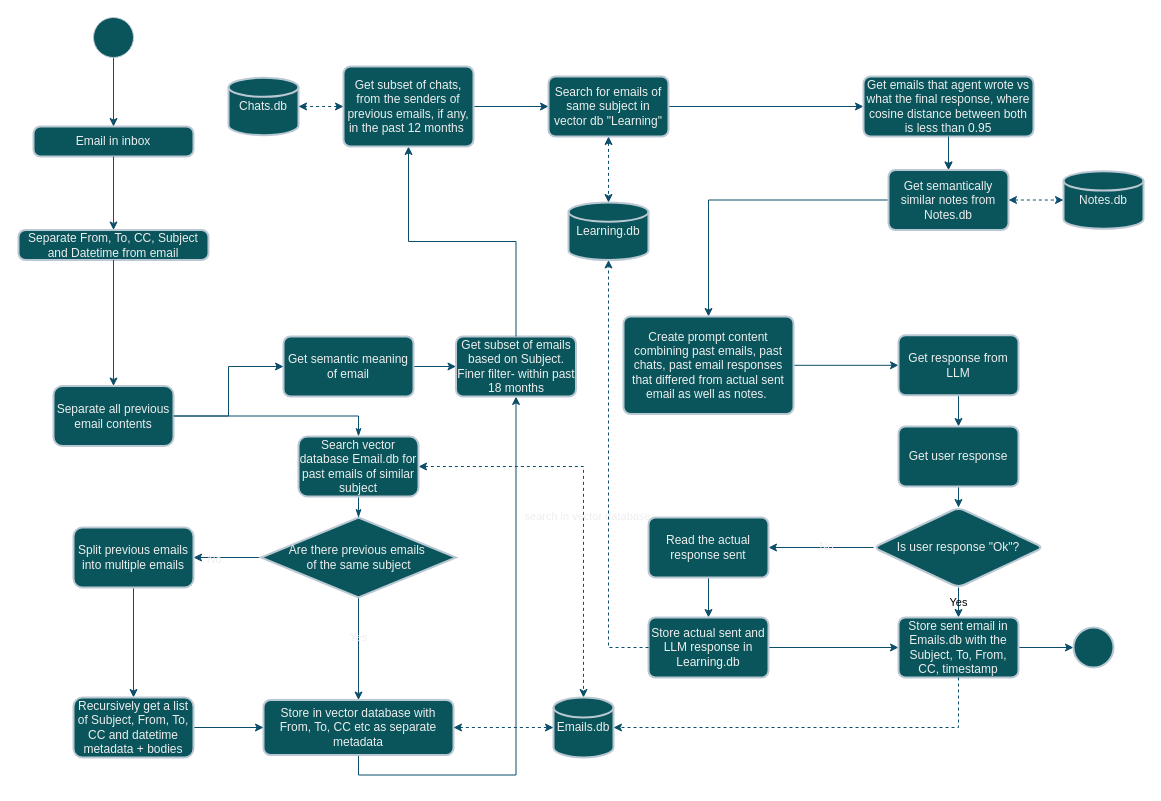
Above: page "Create responses to Emails and chats" (1 of 5) of My tech job description.drawio in bejoyjon/Miscelleaneous_documentation (draw.io), before the change. Source tidied: cells renumbered, new cells numbered last; positions are measured from the earlier drawing's top-left corner, leaving out a move shared by most shapes. Both pictures are drawn from the tidied source at 100%, with x=0, y=0 at pixel (18, 17).
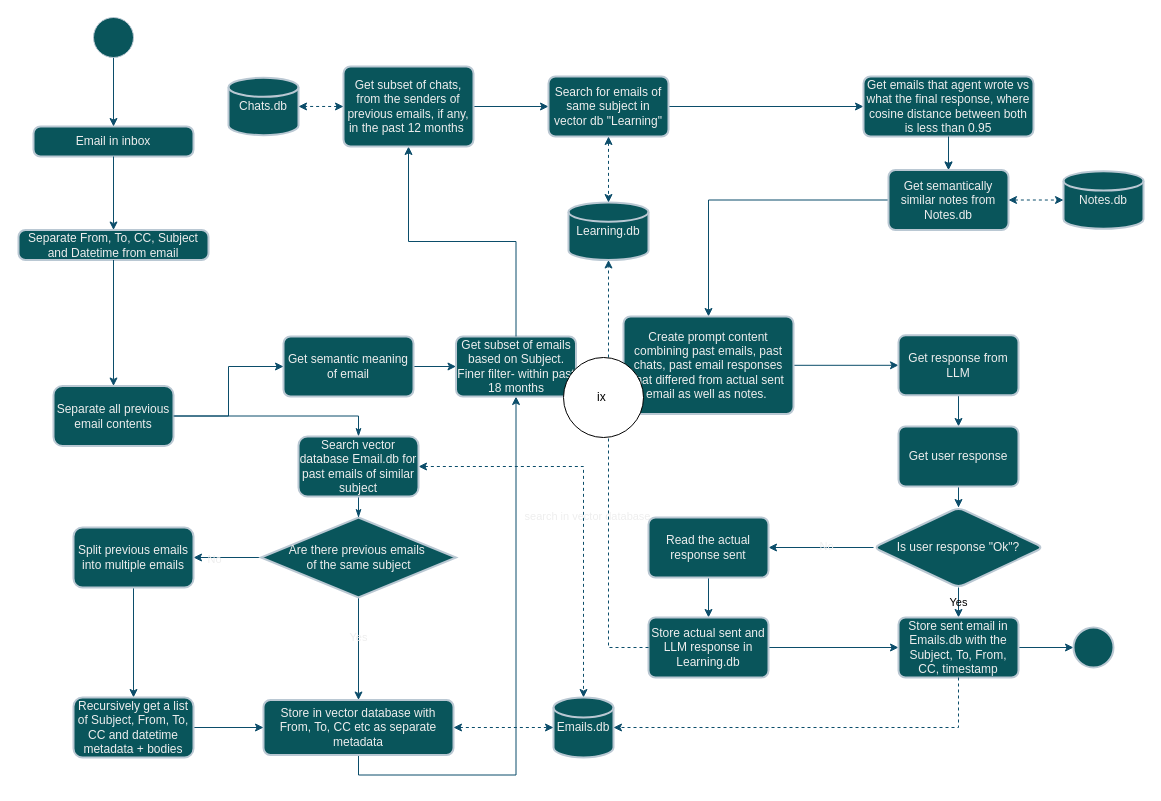
The same diagram, later.

Diff of the diagram source:
```diff
@@
+    <mxCell id="66" value="ix&amp;nbsp;" style="ellipse;whiteSpace=wrap;html=1;" parent="1" vertex="1">
+      <mxGeometry x="545" y="340" width="80" height="80" as="geometry" />
+    </mxCell>
```
